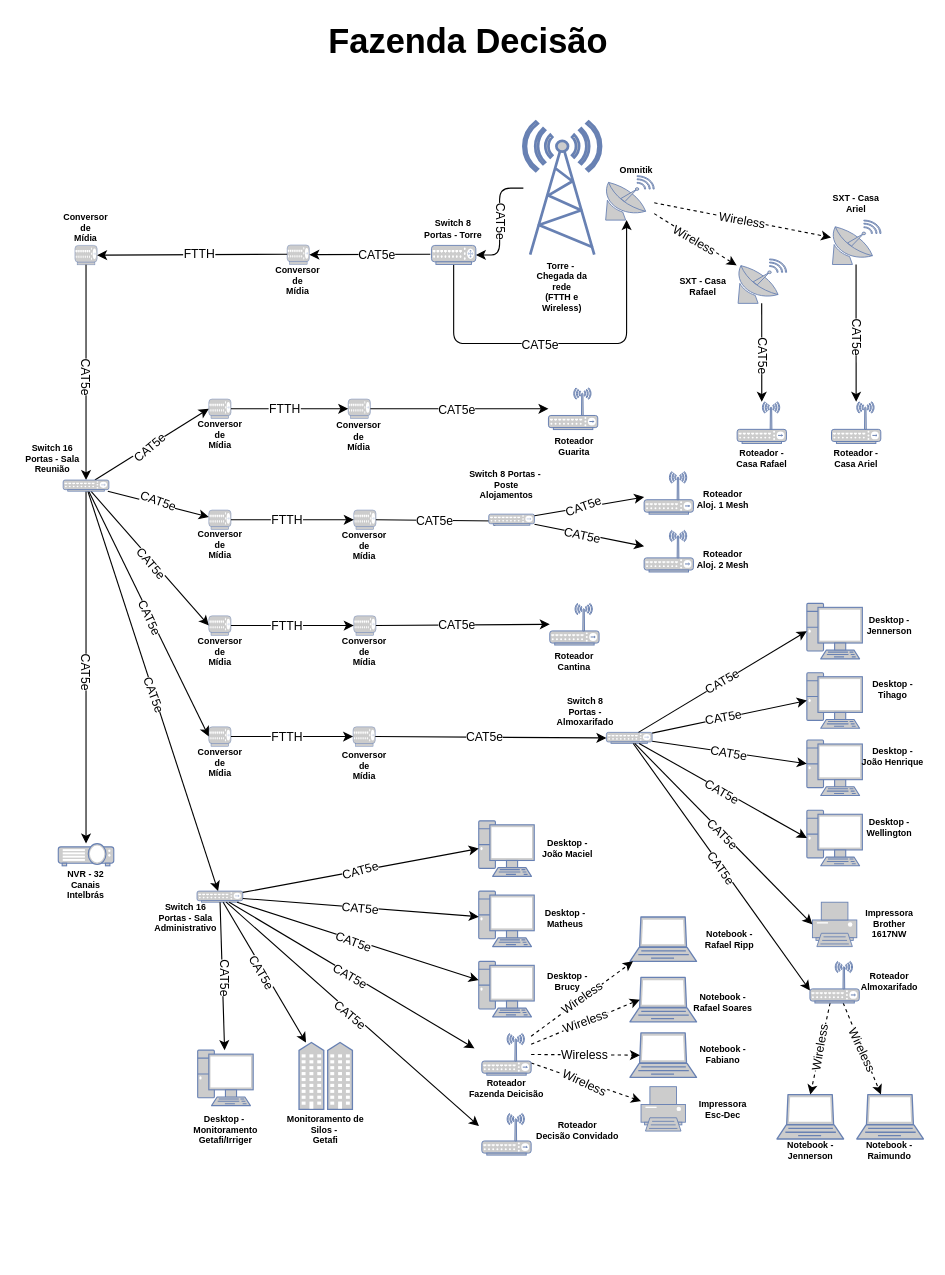
This is Diagrama sem nome.drawio from AlbertoPontes/Fluxogramas, a draw.io file, before an edit. Source tidied: cells renumbered, new cells numbered last; positions are measured from the earlier drawing's top-left corner, leaving out a move shared by most shapes. Both pictures are drawn from the tidied source at 111%, with x=0, y=0 at pixel (19, 19).
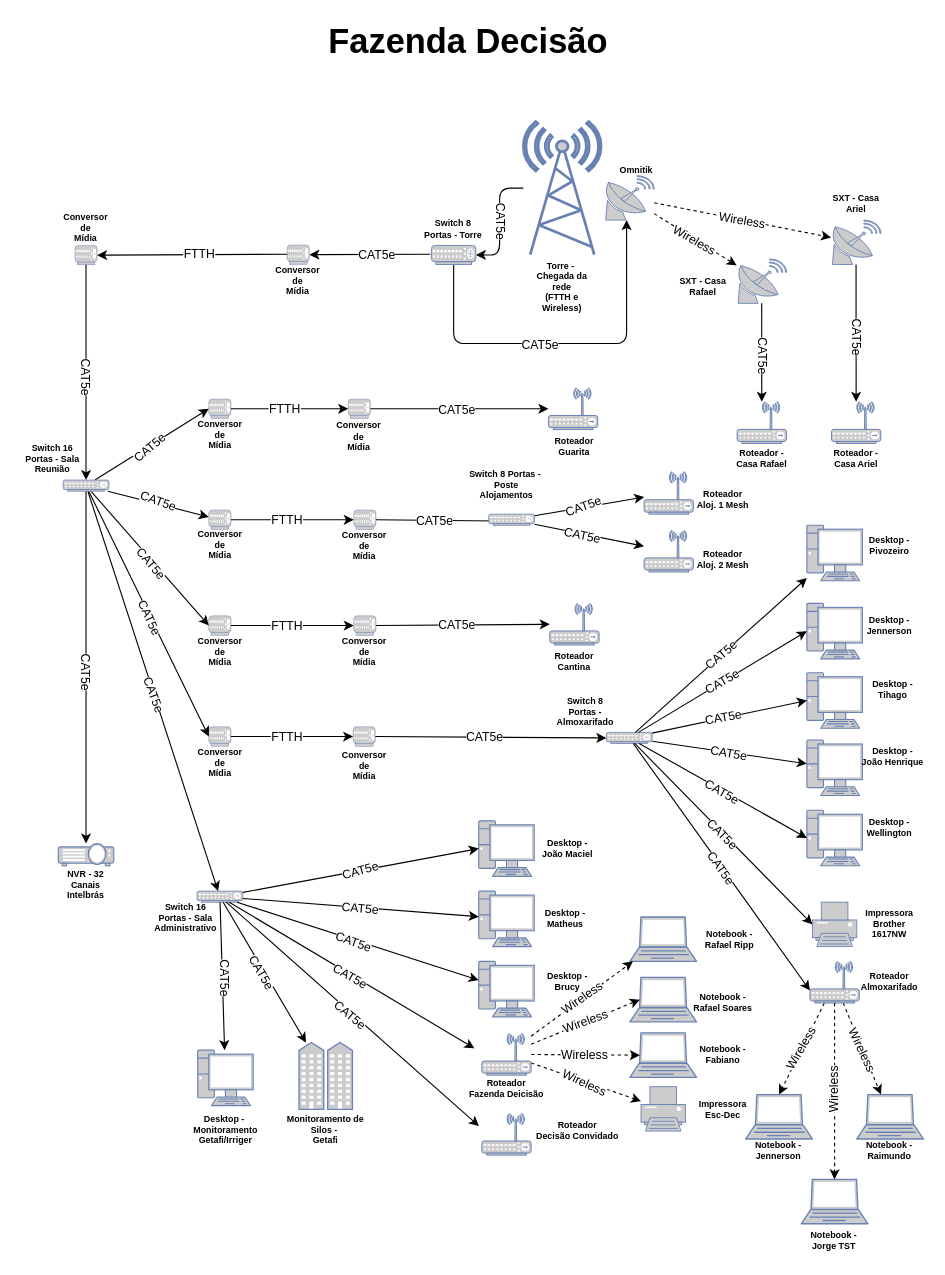
Above is the later version.

The change refers to these unchanged cells:
```xml
<mxCell id="7" style="fontColor=#0066CC;verticalAlign=top;verticalLabelPosition=bottom;labelPosition=center;align=center;html=1;outlineConnect=0;fillColor=#CCCCCC;strokeColor=#6881B3;gradientColor=none;gradientDirection=north;strokeWidth=2;shape=mxgraph.networks.hub;rounded=1;" parent="1" vertex="1">
  <mxGeometry x="528.8" y="642.3" width="41.2" height="10" as="geometry" />
</mxCell>
<mxCell id="85" style="endArrow=classic;html=1;rounded=1;strokeColor=default;dashed=1;entryX=0.5;entryY=0;entryDx=0;entryDy=0;entryPerimeter=0;" parent="1" edge="1" source="112" target="81">
  <mxGeometry relative="1" as="geometry" />
</mxCell>
<mxCell id="112" style="fontColor=#0066CC;verticalAlign=top;verticalLabelPosition=bottom;labelPosition=center;align=center;html=1;outlineConnect=0;fillColor=#CCCCCC;strokeColor=#6881B3;gradientColor=none;gradientDirection=north;strokeWidth=2;shape=mxgraph.networks.wireless_hub;rounded=1;" parent="1" vertex="1">
  <mxGeometry x="712.2" y="848.6" width="44.4" height="37.5" as="geometry" />
</mxCell>
```

Change to the diagram source:
```diff
@@
     <mxCell id="81" style="fontColor=#0066CC;verticalAlign=top;verticalLabelPosition=bottom;labelPosition=center;align=center;html=1;outlineConnect=0;fillColor=#CCCCCC;strokeColor=#6881B3;gradientColor=none;gradientDirection=north;strokeWidth=2;shape=mxgraph.networks.laptop;rounded=1;" parent="1" vertex="1">
-      <mxGeometry x="682.5" y="968.6" width="60" height="40" as="geometry" />
+      <mxGeometry x="654.4" y="968.6" width="60" height="40" as="geometry" />
     </mxCell>
@@
-    <mxCell id="86" value="Wireless" style="edgeLabel;html=1;align=center;verticalAlign=middle;rotation=-80;rounded=1;" parent="85" vertex="1">
+    <mxCell id="86" value="Wireless" style="edgeLabel;html=1;align=center;verticalAlign=middle;rotation=-60;rounded=1;" parent="85" vertex="1">
       <mxGeometry relative="1" as="geometry">
         <mxPoint x="-1" as="offset" />
       </mxGeometry>
     </mxCell>
@@
     <mxCell id="138" value="Notebook - Jennerson" style="text;html=1;strokeColor=none;fillColor=none;align=center;verticalAlign=middle;whiteSpace=wrap;rounded=1;fontSize=8;fontStyle=1;" parent="1" vertex="1">
-      <mxGeometry x="682.5" y="1003.6" width="60" height="30" as="geometry" />
+      <mxGeometry x="654.4" y="1003.6" width="60" height="30" as="geometry" />
     </mxCell>
@@
+    <mxCell id="181" style="fontColor=#0066CC;verticalAlign=top;verticalLabelPosition=bottom;labelPosition=center;align=center;html=1;outlineConnect=0;fillColor=#CCCCCC;strokeColor=#6881B3;gradientColor=none;gradientDirection=north;strokeWidth=2;shape=mxgraph.networks.laptop;rounded=1;" parent="1" vertex="1">
+      <mxGeometry x="704.4" y="1045" width="60" height="40" as="geometry" />
+    </mxCell>
+    <mxCell id="182" style="endArrow=classic;html=1;rounded=1;strokeColor=default;dashed=1;" parent="1" edge="1" source="112" target="181">
+      <mxGeometry relative="1" as="geometry" />
+    </mxCell>
+    <mxCell id="183" value="Wireless" style="edgeLabel;html=1;align=center;verticalAlign=middle;rotation=-90;rounded=1;" parent="182" vertex="1">
+      <mxGeometry relative="1" as="geometry">
+        <mxPoint x="-1" as="offset" />
+      </mxGeometry>
+    </mxCell>
+    <mxCell id="184" value="Notebook - Jorge TST" style="text;html=1;strokeColor=none;fillColor=none;align=center;verticalAlign=middle;whiteSpace=wrap;rounded=1;fontSize=8;fontStyle=1;" parent="1" vertex="1">
+      <mxGeometry x="704.4" y="1085" width="60" height="30" as="geometry" />
+    </mxCell>
+    <mxCell id="185" style="fontColor=#0066CC;verticalAlign=top;verticalLabelPosition=bottom;labelPosition=center;align=center;html=1;outlineConnect=0;fillColor=#CCCCCC;strokeColor=#6881B3;gradientColor=none;gradientDirection=north;strokeWidth=2;shape=mxgraph.networks.pc;rounded=1;" parent="1" vertex="1">
+      <mxGeometry x="709.4" y="455.7" width="50" height="50" as="geometry" />
+    </mxCell>
+    <mxCell id="186" value="Desktop - Pivozeiro" style="text;html=1;strokeColor=none;fillColor=none;align=center;verticalAlign=middle;whiteSpace=wrap;rounded=1;fontSize=8;fontStyle=1;" parent="1" vertex="1">
+      <mxGeometry x="754.4" y="459.2" width="60" height="30" as="geometry" />
+    </mxCell>
+    <mxCell id="187" style="endArrow=classic;html=1;rounded=1;" parent="1" edge="1" source="7" target="185">
+      <mxGeometry relative="1" as="geometry" />
+    </mxCell>
+    <mxCell id="188" value="CAT5e" style="edgeLabel;html=1;align=center;verticalAlign=middle;rotation=-40;rounded=1;" parent="187" vertex="1">
+      <mxGeometry relative="1" as="geometry">
+        <mxPoint x="-1" as="offset" />
+      </mxGeometry>
+    </mxCell>
```
